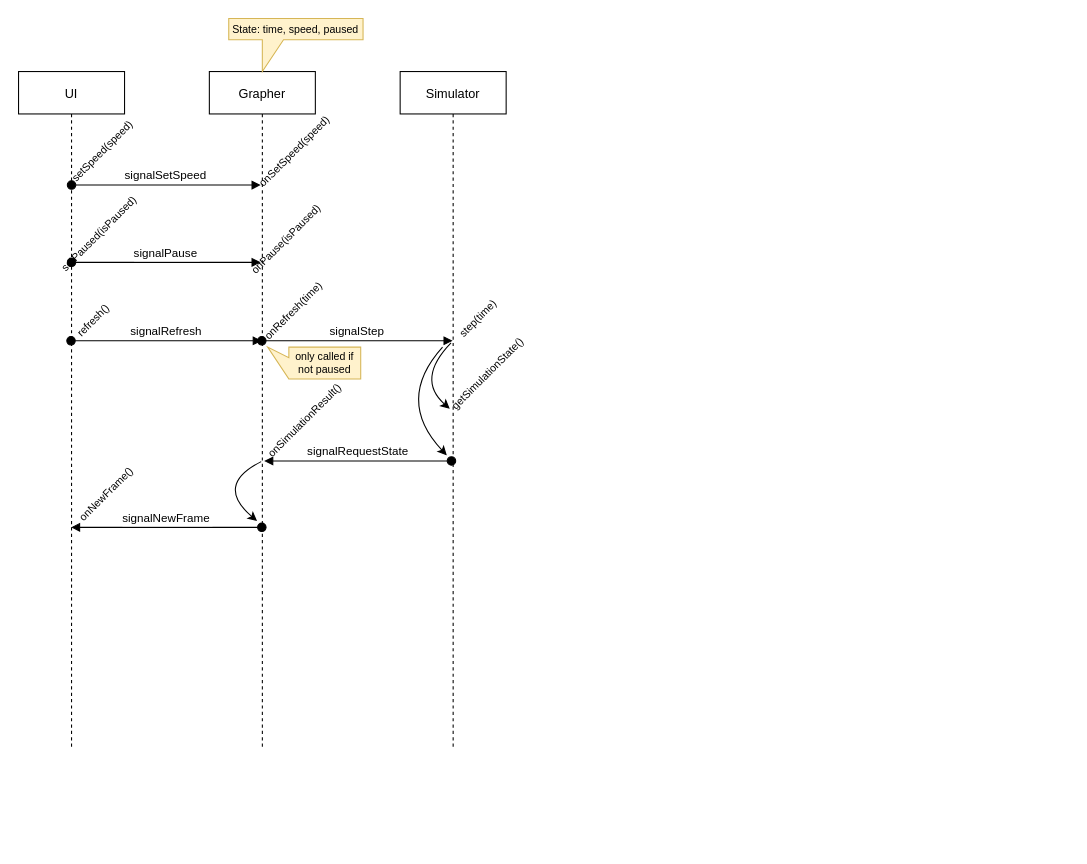
Earlier version of the draw.io diagram design/diagrams/sequence/graph sequence.drawio (EmmanuelMess/ConstraintBasedSimulator). Source tidied: cells renumbered, new cells numbered last; positions are measured from the earlier drawing's top-left corner, leaving out a move shared by most shapes. Both pictures are drawn from the tidied source at 106%, with x=0, y=0 at pixel (18, 18).
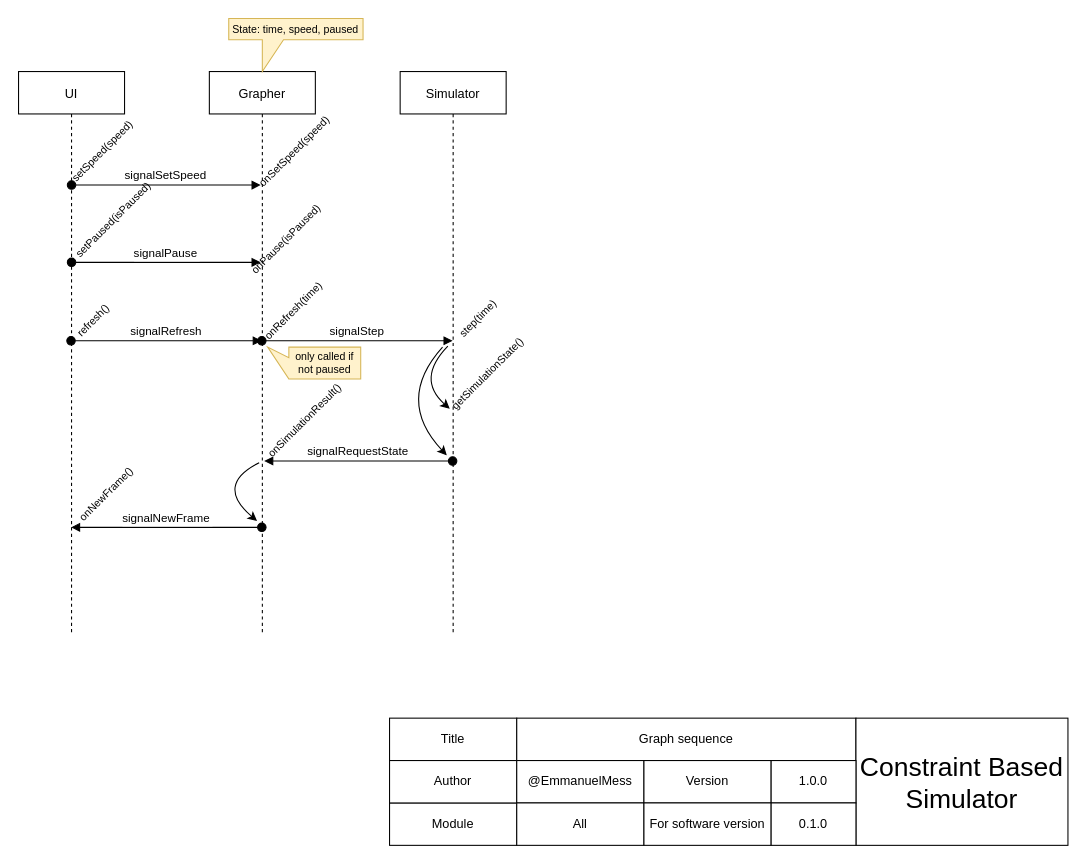
After the change.

Unchanged cells that the change refers to:
```xml
<mxCell id="14" value="&lt;font style=&quot;font-size: 10px;&quot;&gt;onSimulationResult()&lt;/font&gt;" style="text;html=1;strokeColor=none;fillColor=none;align=center;verticalAlign=middle;whiteSpace=wrap;rounded=0;rotation=-45;" parent="1" vertex="1">
  <mxGeometry x="215.9" y="364.2" width="108.1" height="30" as="geometry" />
</mxCell>
<mxCell id="17" value="&lt;font style=&quot;font-size: 10px;&quot;&gt;getSimulationState()&lt;/font&gt;" style="text;html=1;strokeColor=none;fillColor=none;align=center;verticalAlign=middle;whiteSpace=wrap;rounded=0;rotation=-45;" parent="1" vertex="1">
  <mxGeometry x="388" y="320" width="108.5" height="30" as="geometry" />
</mxCell>
```

Change to the diagram source:
```diff
@@
     <mxCell id="2" value="UI" style="shape=umlLifeline;perimeter=lifelinePerimeter;rounded=0;shadow=0;strokeWidth=1;" parent="1" vertex="1">
-      <mxGeometry y="50" width="100" height="640" as="geometry" />
+      <mxGeometry y="50" width="100" height="530" as="geometry" />
     </mxCell>
@@
     <mxCell id="4" value="Grapher" style="shape=umlLifeline;perimeter=lifelinePerimeter;rounded=0;shadow=0;strokeWidth=1;" parent="1" vertex="1">
-      <mxGeometry x="180" y="50" width="100" height="640" as="geometry" />
+      <mxGeometry x="180" y="50" width="100" height="530" as="geometry" />
     </mxCell>
     <mxCell id="5" value="Simulator" style="shape=umlLifeline;perimeter=lifelinePerimeter;rounded=0;shadow=0;strokeWidth=1;" parent="1" vertex="1">
-      <mxGeometry x="360" y="50" width="100" height="640" as="geometry" />
+      <mxGeometry x="360" y="50" width="100" height="530" as="geometry" />
     </mxCell>
@@
     <mxCell id="9" value="&lt;font style=&quot;font-size: 10px;&quot;&gt;setPaused(isPaused)&lt;/font&gt;" style="text;html=1;strokeColor=none;fillColor=none;align=center;verticalAlign=middle;whiteSpace=wrap;rounded=0;rotation=-45;" parent="1" vertex="1">
-      <mxGeometry x="38.9" y="188.3" width="73.8" height="30" as="geometry" />
+      <mxGeometry x="33.5" y="175.2" width="111.1" height="30" as="geometry" />
     </mxCell>
@@
-    <mxCell id="15" value="signalRequestState" style="verticalAlign=bottom;startArrow=oval;endArrow=block;startSize=8;shadow=0;strokeWidth=1;exitX=0.484;exitY=0.574;exitDx=0;exitDy=0;exitPerimeter=0;entryX=0;entryY=0.5;entryDx=0;entryDy=0;" parent="1" edge="1" source="5" target="14">
+    <mxCell id="15" value="signalRequestState" style="verticalAlign=bottom;startArrow=oval;endArrow=block;startSize=8;shadow=0;strokeWidth=1;entryX=0;entryY=0.5;entryDx=0;entryDy=0;" parent="1" edge="1" source="5" target="14">
       <mxGeometry relative="1" as="geometry" />
     </mxCell>
-    <mxCell id="16" style="curved=1;endArrow=classic;html=1;rounded=0;fontSize=10;entryX=0.053;entryY=0.444;entryDx=0;entryDy=0;entryPerimeter=0;exitX=0.48;exitY=0.4;exitDx=0;exitDy=0;exitPerimeter=0;" parent="1" edge="1" source="5" target="17">
+    <mxCell id="16" style="curved=1;endArrow=classic;html=1;rounded=0;fontSize=10;entryX=0.053;entryY=0.444;entryDx=0;entryDy=0;entryPerimeter=0;" parent="1" edge="1" target="17">
       <mxGeometry relative="1" as="geometry">
+        <mxPoint x="405" y="309" as="sourcePoint" />
         <Array as="points">
           <mxPoint x="375" y="340" />
         </Array>
       </mxGeometry>
     </mxCell>
@@
-    <mxCell id="24" style="curved=1;endArrow=classic;html=1;rounded=0;fontSize=10;exitX=0.489;exitY=0.575;exitDx=0;exitDy=0;exitPerimeter=0;" parent="1" edge="1" source="4">
+    <mxCell id="24" style="curved=1;endArrow=classic;html=1;rounded=0;fontSize=10;" parent="1" edge="1">
       <mxGeometry relative="1" as="geometry">
+        <mxPoint x="227" y="419" as="sourcePoint" />
         <mxPoint x="225" y="474" as="targetPoint" />
         <Array as="points">
           <mxPoint x="185" y="440" />
         </Array>
       </mxGeometry>
     </mxCell>
@@
+    <mxCell id="26" value="Title" style="rounded=0;whiteSpace=wrap;html=1;" parent="1" vertex="1">
+      <mxGeometry x="350" y="660" width="120" height="40" as="geometry" />
+    </mxCell>
+    <mxCell id="27" value="Graph sequence" style="rounded=0;whiteSpace=wrap;html=1;" parent="1" vertex="1">
+      <mxGeometry x="470" y="660" width="320" height="40" as="geometry" />
+    </mxCell>
+    <mxCell id="28" value="Module" style="rounded=0;whiteSpace=wrap;html=1;" parent="1" vertex="1">
+      <mxGeometry x="350" y="740" width="120" height="40" as="geometry" />
+    </mxCell>
+    <mxCell id="29" value="Author" style="rounded=0;whiteSpace=wrap;html=1;" parent="1" vertex="1">
+      <mxGeometry x="350" y="700" width="120" height="40" as="geometry" />
+    </mxCell>
+    <mxCell id="30" value="@EmmanuelMess" style="rounded=0;whiteSpace=wrap;html=1;" parent="1" vertex="1">
+      <mxGeometry x="470" y="700" width="120" height="40" as="geometry" />
+    </mxCell>
+    <mxCell id="31" value="All" style="rounded=0;whiteSpace=wrap;html=1;" parent="1" vertex="1">
+      <mxGeometry x="470" y="740" width="120" height="40" as="geometry" />
+    </mxCell>
+    <mxCell id="32" value="Version" style="rounded=0;whiteSpace=wrap;html=1;" parent="1" vertex="1">
+      <mxGeometry x="590" y="700" width="120" height="40" as="geometry" />
+    </mxCell>
+    <mxCell id="33" value="&lt;font style=&quot;font-size: 25px;&quot;&gt;Constraint Based Simulator&lt;/font&gt;" style="rounded=0;whiteSpace=wrap;html=1;" parent="1" vertex="1">
+      <mxGeometry x="790" y="660" width="200" height="120" as="geometry" />
+    </mxCell>
+    <mxCell id="34" value="1.0.0" style="rounded=0;whiteSpace=wrap;html=1;" parent="1" vertex="1">
+      <mxGeometry x="710" y="700" width="80" height="40" as="geometry" />
+    </mxCell>
+    <mxCell id="35" value="For software version" style="rounded=0;whiteSpace=wrap;html=1;" parent="1" vertex="1">
+      <mxGeometry x="590" y="740" width="120" height="40" as="geometry" />
+    </mxCell>
+    <mxCell id="36" value="0.1.0" style="rounded=0;whiteSpace=wrap;html=1;" parent="1" vertex="1">
+      <mxGeometry x="710" y="740" width="80" height="40" as="geometry" />
+    </mxCell>
```
